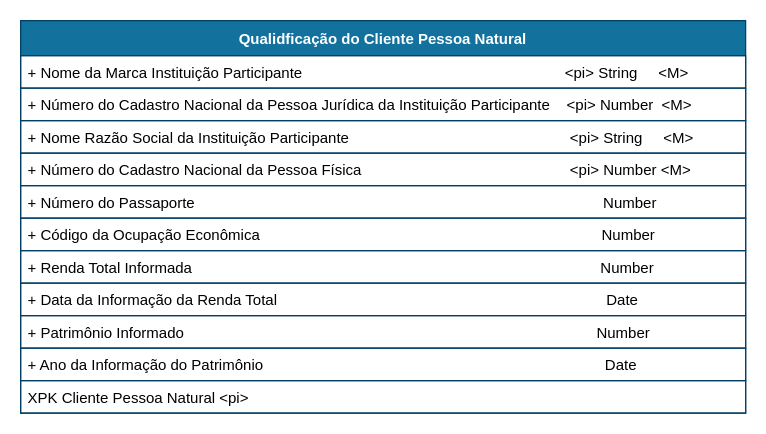
Above: draw_io_diagrams/customers/DER_Personal_Customers_Qualification.drawio in OpenBanking-Brasil/areadesenvolvedor (draw.io), before the change. Source tidied: cells renumbered, new cells numbered last; positions are measured from the earlier drawing's top-left corner, leaving out a move shared by most shapes. Both pictures are drawn from the tidied source at 125%, with x=0, y=0 at pixel (20, 20).
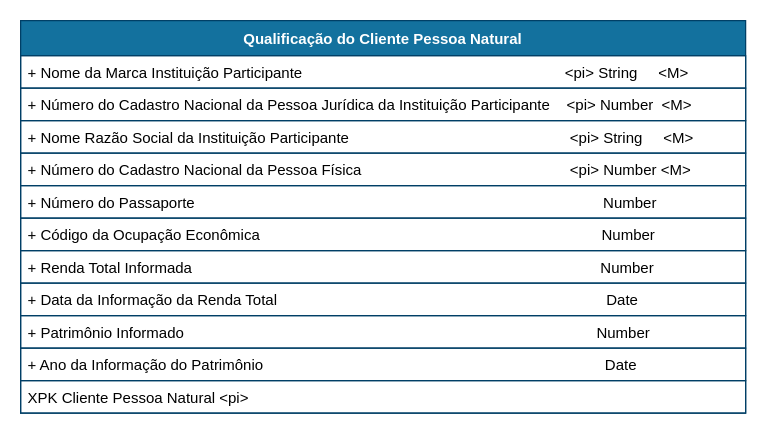
The same diagram, later.

Commit message (it also covers changes not shown here):
Customers and Accounts - Update drawio files

Diff of the diagram source:
```diff
@@
 <mxGraphModel>
   <root>
     <mxCell id="0" />
     <mxCell id="1" parent="0" />
-    <mxCell id="2" value="Qualidficação do Cliente Pessoa Natural" style="swimlane;fontStyle=1;horizontal=1;startSize=28;rounded=0;shadow=0;comic=0;sketch=0;align=center;html=0;fillColor=#13719E;strokeColor=#003F66;fontColor=#FFFFFF;" parent="1" vertex="1">
+    <mxCell id="2" value="Qualificação do Cliente Pessoa Natural" style="swimlane;fontStyle=1;horizontal=1;startSize=28;rounded=0;shadow=0;comic=0;sketch=0;align=center;html=0;fillColor=#13719E;strokeColor=#003F66;fontColor=#FFFFFF;" parent="1" vertex="1">
       <mxGeometry width="580" height="314" as="geometry" />
     </mxCell>
     <mxCell id="3" value="+ Nome da Marca Instituição Participante                                                               &lt;pi&gt; String     &lt;M&gt;" style="text;fillColor=none;align=left;verticalAlign=top;spacingLeft=4;spacingRight=4;overflow=hidden;strokeColor=#003F66;" parent="2" vertex="1">
       <mxGeometry y="28" width="580" height="26" as="geometry" />
     </mxCell>
     <mxCell id="4" value="+ Número do Cadastro Nacional da Pessoa Jurídica da Instituição Participante    &lt;pi&gt; Number  &lt;M&gt;" style="text;fillColor=none;align=left;verticalAlign=top;spacingLeft=4;spacingRight=4;overflow=hidden;strokeColor=#003F66;" parent="2" vertex="1">
       <mxGeometry y="54" width="580" height="26" as="geometry" />
     </mxCell>
     <mxCell id="5" value="+ Nome Razão Social da Instituição Participante                                                     &lt;pi&gt; String     &lt;M&gt;" style="text;fillColor=none;align=left;verticalAlign=top;spacingLeft=4;spacingRight=4;overflow=hidden;strokeColor=#003F66;" parent="2" vertex="1">
       <mxGeometry y="80" width="580" height="26" as="geometry" />
     </mxCell>
     <mxCell id="6" value="+ Número do Cadastro Nacional da Pessoa Física                                                  &lt;pi&gt; Number &lt;M&gt;" style="text;fillColor=none;align=left;verticalAlign=top;spacingLeft=4;spacingRight=4;overflow=hidden;strokeColor=#003F66;" parent="2" vertex="1">
       <mxGeometry y="106" width="580" height="26" as="geometry" />
     </mxCell>
     <mxCell id="7" value="+ Número do Passaporte                                                                                                  Number" style="text;fillColor=none;align=left;verticalAlign=top;spacingLeft=4;spacingRight=4;overflow=hidden;strokeColor=#003F66;" parent="2" vertex="1">
       <mxGeometry y="132" width="580" height="26" as="geometry" />
     </mxCell>
     <mxCell id="8" value="+ Código da Ocupação Econômica                                                                                  Number" style="text;fillColor=none;align=left;verticalAlign=top;spacingLeft=4;spacingRight=4;overflow=hidden;strokeColor=#003F66;" parent="2" vertex="1">
       <mxGeometry y="158" width="580" height="26" as="geometry" />
     </mxCell>
     <mxCell id="9" value="+ Renda Total Informada                                                                                                  Number" style="text;fillColor=none;align=left;verticalAlign=top;spacingLeft=4;spacingRight=4;overflow=hidden;strokeColor=#003F66;" parent="2" vertex="1">
       <mxGeometry y="184" width="580" height="26" as="geometry" />
     </mxCell>
     <mxCell id="10" value="+ Data da Informação da Renda Total                                                                               Date" style="text;fillColor=none;align=left;verticalAlign=top;spacingLeft=4;spacingRight=4;overflow=hidden;strokeColor=#003F66;" parent="2" vertex="1">
       <mxGeometry y="210" width="580" height="26" as="geometry" />
     </mxCell>
     <mxCell id="11" value="+ Patrimônio Informado                                                                                                   Number" style="text;fillColor=none;align=left;verticalAlign=top;spacingLeft=4;spacingRight=4;overflow=hidden;strokeColor=#003F66;" parent="2" vertex="1">
       <mxGeometry y="236" width="580" height="26" as="geometry" />
     </mxCell>
     <mxCell id="12" value="+ Ano da Informação do Patrimônio                                                                                  Date" style="text;fillColor=none;align=left;verticalAlign=top;spacingLeft=4;spacingRight=4;overflow=hidden;strokeColor=#003F66;" parent="2" vertex="1">
       <mxGeometry y="262" width="580" height="26" as="geometry" />
     </mxCell>
     <mxCell id="13" value="XPK Cliente Pessoa Natural &lt;pi&gt;" style="text;fillColor=none;align=left;verticalAlign=top;spacingLeft=4;spacingRight=4;overflow=hidden;strokeColor=#003F66;" parent="2" vertex="1">
       <mxGeometry y="288" width="580" height="26" as="geometry" />
     </mxCell>
   </root>
 </mxGraphModel>
```
